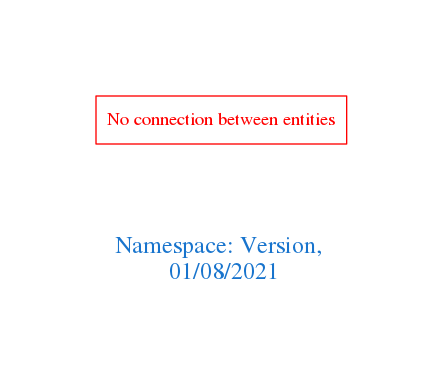
The Graphviz diagram downloads/Version.png in arago/OGIT, before a commit. Its source is kept beside it as downloads/Version.dot.
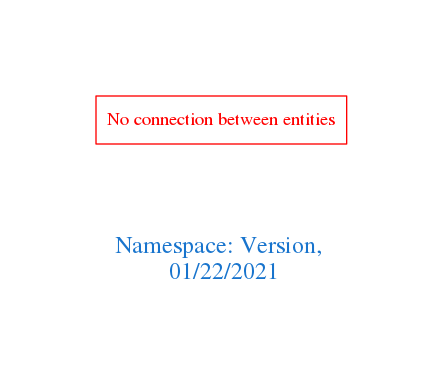
After the commit.

Diff of the diagram source:
```diff
@@ -1,7 +1,7 @@
 digraph OGIT_ontology {
  graph [ rankdir= LR,pad=1
 fontsize = 18,
-fontcolor= dodgerblue3,label = "\n\n\nNamespace: Version, \n 01/08/2021"];
+fontcolor= dodgerblue3,label = "\n\n\nNamespace: Version, \n 01/22/2021"];
 node[shape=polygon];
 edge [  color="gray81"];
 
```
